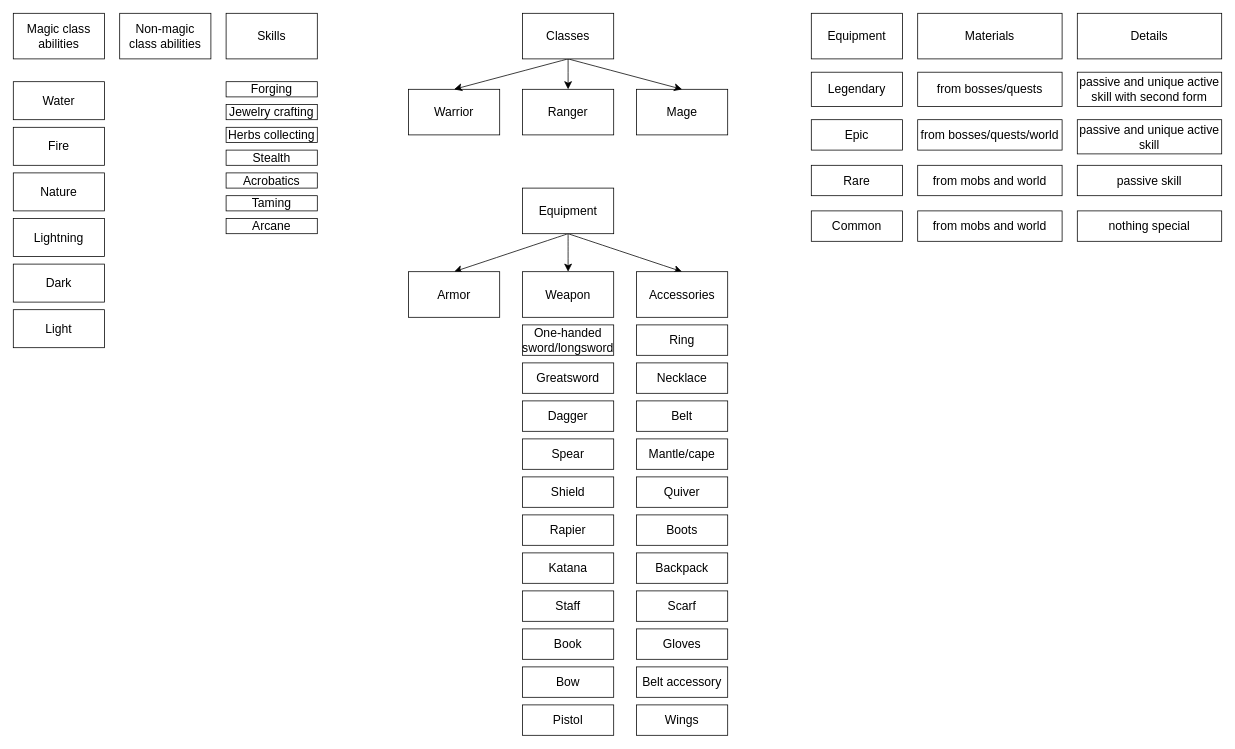
Before: page "NEW" (12 of 12) of Solaris.drawio in x3rdev/solaris, a draw.io diagram. Source tidied: cells renumbered, new cells numbered last; positions are measured from the earlier drawing's top-left corner, leaving out a move shared by most shapes. Both pictures are drawn from the tidied source at 76%, with x=0, y=0 at pixel (13, 13).
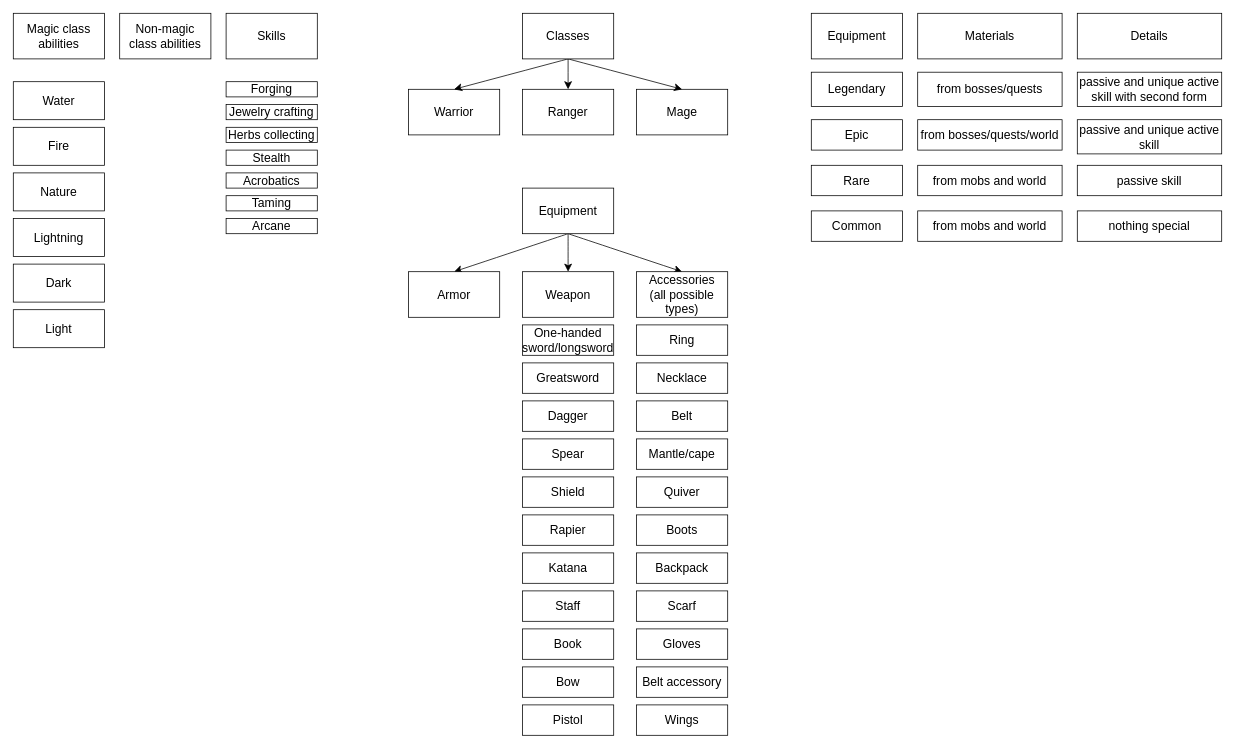
After the change.

Diff of the diagram source:
```diff
@@
-    <mxCell id="31" value="Accessories" style="rounded=0;whiteSpace=wrap;html=1;fontSize=16;" parent="1" vertex="1">
+    <mxCell id="31" value="Accessories&lt;br&gt;(all possible types)" style="rounded=0;whiteSpace=wrap;html=1;fontSize=16;" parent="1" vertex="1">
       <mxGeometry x="820" y="340" width="120" height="60" as="geometry" />
     </mxCell>
```
